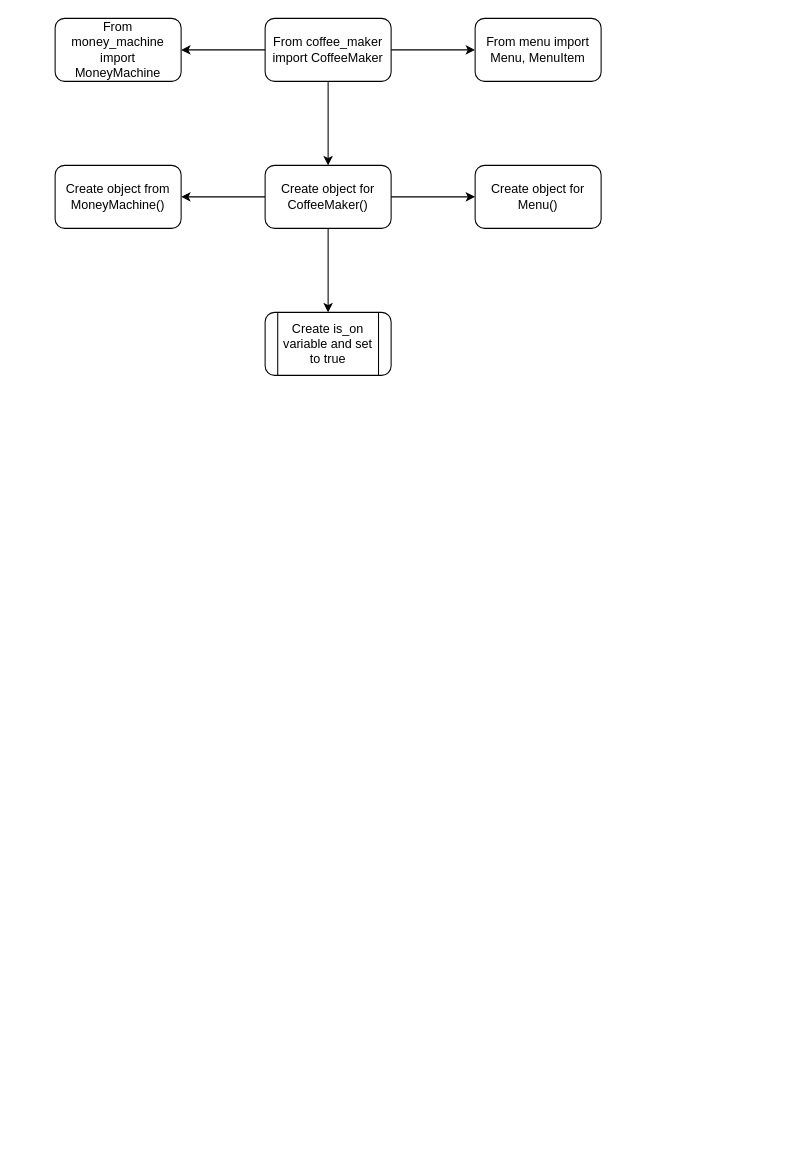
This is oop_coffee_machine.drawio from Matasem-h/new_flowcharts, a draw.io file, before an edit. Source tidied: cells renumbered, new cells numbered last; positions are measured from the earlier drawing's top-left corner, leaving out a move shared by most shapes. Both pictures are drawn from the tidied source at 105%, with x=0, y=0 at pixel (55, 18).
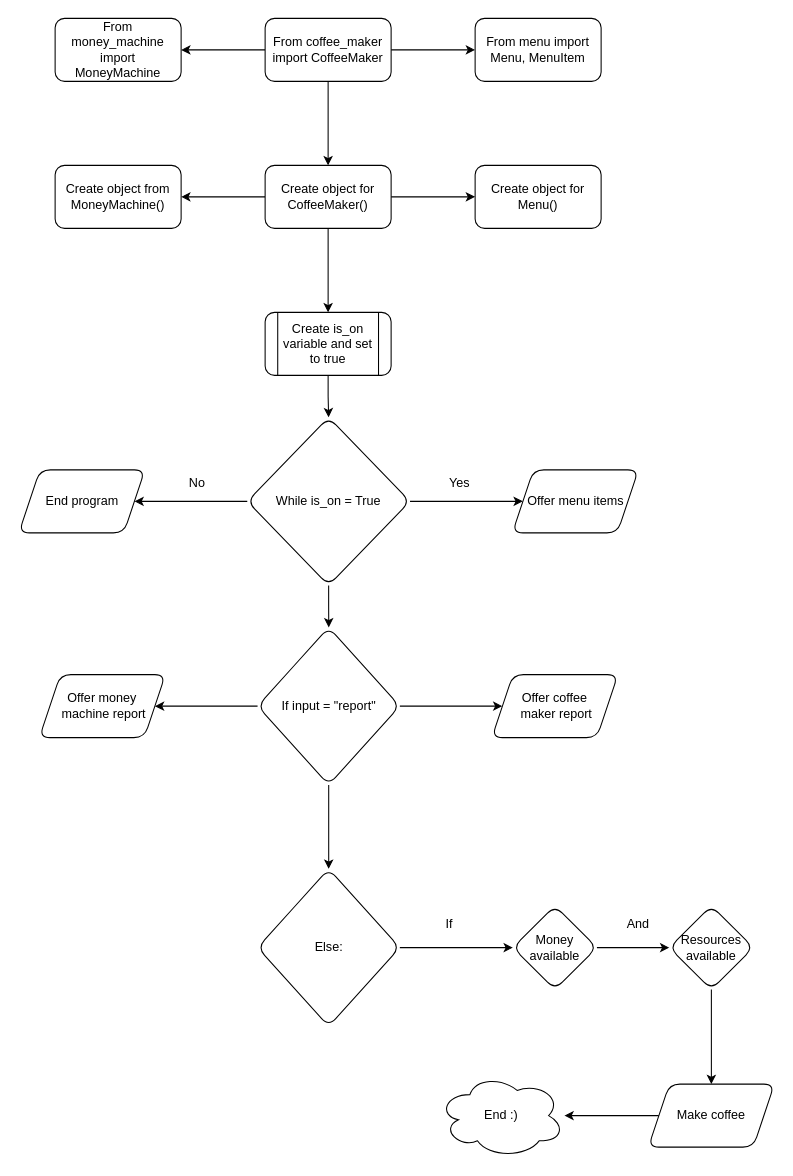
Above is the later version.

The change refers to these unchanged cells:
```xml
<mxCell id="14" value="Create is_on variable and set to true" style="shape=process;whiteSpace=wrap;html=1;backgroundOutline=1;rounded=1;" parent="1" vertex="1">
  <mxGeometry x="200" y="280" width="120" height="60" as="geometry" />
</mxCell>
```

What changed in the source:
```diff
@@
+    <mxCell id="15" style="edgeStyle=orthogonalEdgeStyle;rounded=0;jettySize=auto;html=1;" parent="1" edge="1" source="14" target="19">
+      <mxGeometry relative="1" as="geometry" />
+    </mxCell>
@@
+    <mxCell id="16" style="edgeStyle=orthogonalEdgeStyle;rounded=0;jettySize=auto;html=1;" parent="1" edge="1" source="19" target="20">
+      <mxGeometry relative="1" as="geometry" />
+    </mxCell>
+    <mxCell id="17" style="edgeStyle=orthogonalEdgeStyle;rounded=0;jettySize=auto;html=1;" parent="1" edge="1" source="19" target="22">
+      <mxGeometry relative="1" as="geometry" />
+    </mxCell>
+    <mxCell id="18" style="edgeStyle=orthogonalEdgeStyle;rounded=0;jettySize=auto;html=1;" parent="1" edge="1" source="19" target="27">
+      <mxGeometry relative="1" as="geometry" />
+    </mxCell>
+    <mxCell id="19" value="While is_on = True" style="rhombus;whiteSpace=wrap;html=1;rounded=1;" parent="1" vertex="1">
+      <mxGeometry x="183" y="380" width="155" height="160" as="geometry" />
+    </mxCell>
+    <mxCell id="20" value="Offer menu items" style="shape=parallelogram;perimeter=parallelogramPerimeter;whiteSpace=wrap;html=1;fixedSize=1;rounded=1;" parent="1" vertex="1">
+      <mxGeometry x="435.5" y="430" width="120" height="60" as="geometry" />
+    </mxCell>
+    <mxCell id="21" value="Yes" style="text;html=1;align=center;verticalAlign=middle;strokeColor=none;fillColor=none;" parent="1" vertex="1">
+      <mxGeometry x="365" y="428" width="40" height="30" as="geometry" />
+    </mxCell>
+    <mxCell id="22" value="End program" style="shape=parallelogram;perimeter=parallelogramPerimeter;whiteSpace=wrap;html=1;fixedSize=1;rounded=1;" parent="1" vertex="1">
+      <mxGeometry x="-34.5" y="430" width="120" height="60" as="geometry" />
+    </mxCell>
+    <mxCell id="23" value="No" style="text;html=1;align=center;verticalAlign=middle;strokeColor=none;fillColor=none;" parent="1" vertex="1">
+      <mxGeometry x="115" y="428" width="40" height="30" as="geometry" />
+    </mxCell>
+    <mxCell id="24" style="edgeStyle=orthogonalEdgeStyle;rounded=0;jettySize=auto;html=1;" parent="1" edge="1" source="27" target="28">
+      <mxGeometry relative="1" as="geometry" />
+    </mxCell>
+    <mxCell id="25" style="edgeStyle=orthogonalEdgeStyle;rounded=0;jettySize=auto;html=1;" parent="1" edge="1" source="27" target="29">
+      <mxGeometry relative="1" as="geometry" />
+    </mxCell>
+    <mxCell id="26" style="edgeStyle=orthogonalEdgeStyle;rounded=0;jettySize=auto;html=1;" parent="1" edge="1" source="27" target="31">
+      <mxGeometry relative="1" as="geometry" />
+    </mxCell>
+    <mxCell id="27" value="If input = &quot;report&quot;" style="rhombus;whiteSpace=wrap;html=1;rounded=1;" parent="1" vertex="1">
+      <mxGeometry x="192.8" y="580" width="135.5" height="150" as="geometry" />
+    </mxCell>
+    <mxCell id="28" value="&lt;div&gt;Offer coffee&lt;/div&gt;&lt;div&gt;&amp;nbsp;maker report&lt;/div&gt;" style="shape=parallelogram;perimeter=parallelogramPerimeter;whiteSpace=wrap;html=1;fixedSize=1;rounded=1;" parent="1" vertex="1">
+      <mxGeometry x="416" y="625" width="120" height="60" as="geometry" />
+    </mxCell>
+    <mxCell id="29" value="&lt;div&gt;Offer money&lt;/div&gt;&lt;div&gt;&amp;nbsp;machine report&lt;/div&gt;" style="shape=parallelogram;perimeter=parallelogramPerimeter;whiteSpace=wrap;html=1;fixedSize=1;rounded=1;" parent="1" vertex="1">
+      <mxGeometry x="-15" y="625" width="120" height="60" as="geometry" />
+    </mxCell>
+    <mxCell id="30" style="edgeStyle=orthogonalEdgeStyle;rounded=0;jettySize=auto;html=1;" parent="1" edge="1" source="31" target="33">
+      <mxGeometry relative="1" as="geometry" />
+    </mxCell>
+    <mxCell id="31" value="&lt;div&gt;Else:&lt;/div&gt;" style="rhombus;whiteSpace=wrap;html=1;rounded=1;" parent="1" vertex="1">
+      <mxGeometry x="192.8" y="810" width="135.5" height="150" as="geometry" />
+    </mxCell>
+    <mxCell id="32" style="edgeStyle=orthogonalEdgeStyle;rounded=0;jettySize=auto;html=1;" parent="1" edge="1" source="33" target="36">
+      <mxGeometry relative="1" as="geometry" />
+    </mxCell>
+    <mxCell id="33" value="Money available" style="rhombus;whiteSpace=wrap;html=1;rounded=1;" parent="1" vertex="1">
+      <mxGeometry x="436" y="845" width="80" height="80" as="geometry" />
+    </mxCell>
+    <mxCell id="34" value="If" style="text;html=1;align=center;verticalAlign=middle;strokeColor=none;fillColor=none;" parent="1" vertex="1">
+      <mxGeometry x="360" y="848" width="30" height="30" as="geometry" />
+    </mxCell>
+    <mxCell id="35" style="edgeStyle=orthogonalEdgeStyle;rounded=0;jettySize=auto;html=1;" parent="1" edge="1" source="36">
+      <mxGeometry relative="1" as="geometry">
+        <mxPoint x="625" y="1015" as="targetPoint" />
+      </mxGeometry>
+    </mxCell>
+    <mxCell id="36" value="Resources available" style="rhombus;whiteSpace=wrap;html=1;rounded=1;" parent="1" vertex="1">
+      <mxGeometry x="585" y="845" width="80" height="80" as="geometry" />
+    </mxCell>
+    <mxCell id="37" value="And" style="text;html=1;align=center;verticalAlign=middle;strokeColor=none;fillColor=none;" parent="1" vertex="1">
+      <mxGeometry x="535" y="848" width="40" height="30" as="geometry" />
+    </mxCell>
+    <mxCell id="38" style="edgeStyle=orthogonalEdgeStyle;rounded=0;jettySize=auto;html=1;" parent="1" edge="1" source="39" target="40">
+      <mxGeometry relative="1" as="geometry" />
+    </mxCell>
+    <mxCell id="39" value="Make coffee" style="shape=parallelogram;perimeter=parallelogramPerimeter;whiteSpace=wrap;html=1;fixedSize=1;rounded=1;" parent="1" vertex="1">
+      <mxGeometry x="565" y="1015" width="120" height="60" as="geometry" />
+    </mxCell>
+    <mxCell id="40" value="End :)" style="ellipse;shape=cloud;whiteSpace=wrap;html=1;rounded=1;" parent="1" vertex="1">
+      <mxGeometry x="365" y="1005" width="120" height="80" as="geometry" />
+    </mxCell>
```
